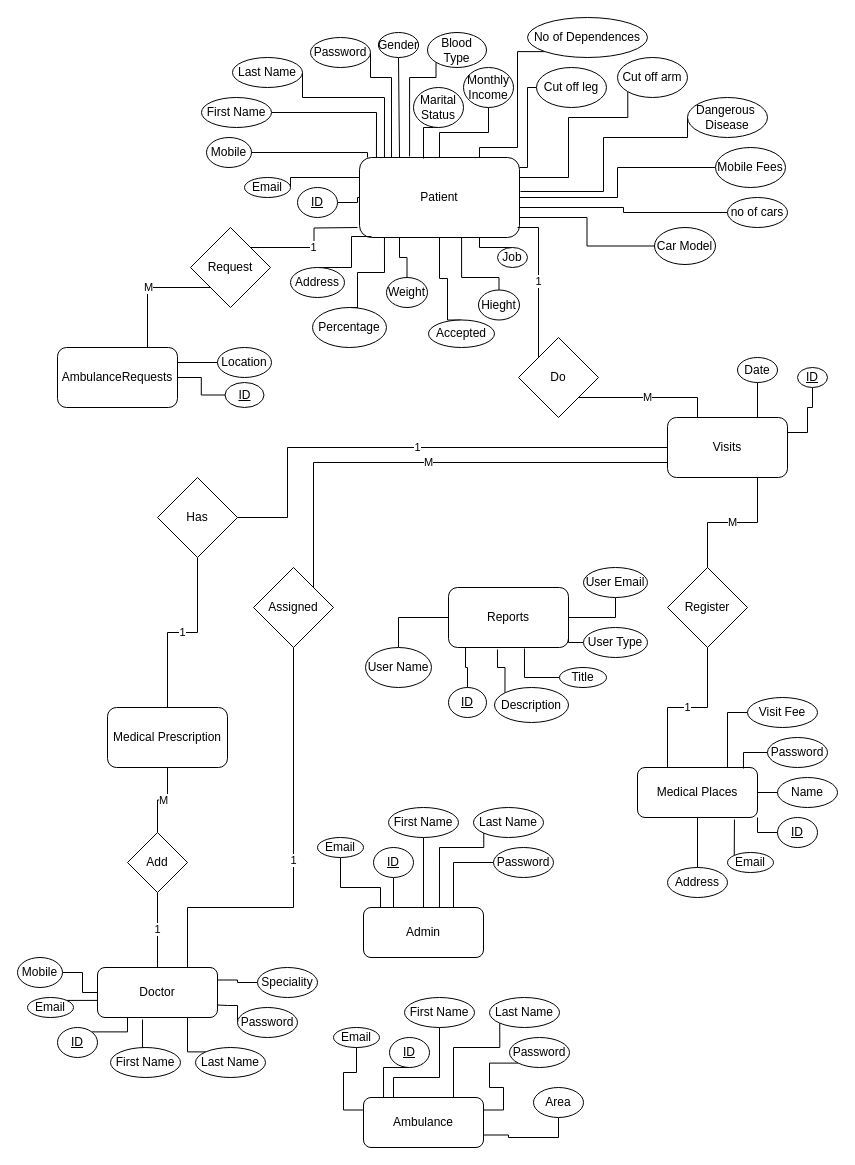
abdelrahmanbonna/Healthy_Shield_Analysis keeps this draw.io diagram as ERD.drawio. Above is the earlier version. Source tidied: cells renumbered, new cells numbered last; positions are measured from the earlier drawing's top-left corner, leaving out a move shared by most shapes. Both pictures are drawn from the tidied source at 100%, with x=0, y=0 at pixel (17, 17).
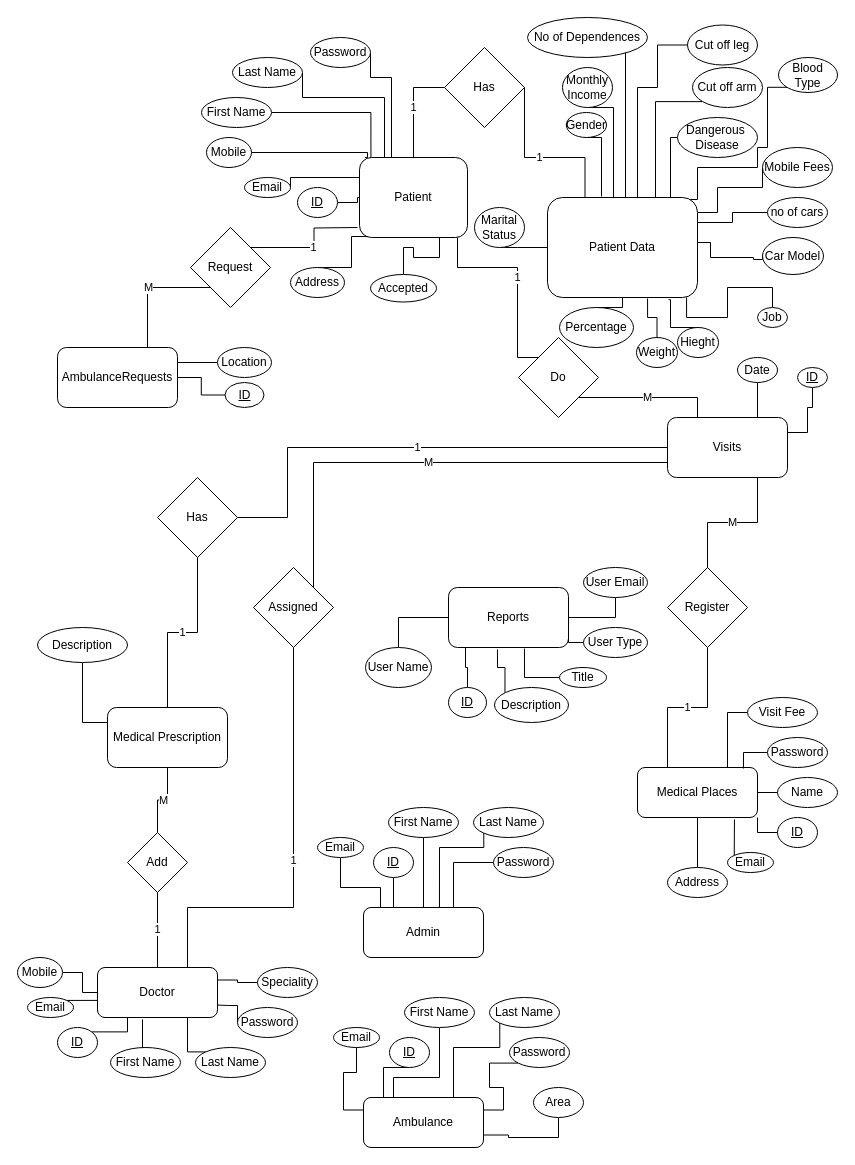
The same diagram, later.

Unchanged cells that the change refers to:
```xml
<mxCell id="12" value="Medical Prescription" style="rounded=1;whiteSpace=wrap;html=1;" parent="1" vertex="1">
  <mxGeometry x="90" y="690" width="120" height="60" as="geometry" />
</mxCell>
<mxCell id="85" value="Do" style="rhombus;whiteSpace=wrap;html=1;" parent="1" vertex="1">
  <mxGeometry x="501" y="320" width="80" height="80" as="geometry" />
</mxCell>
<mxCell id="126" value="No of Dependences" style="ellipse;whiteSpace=wrap;html=1;" parent="1" vertex="1">
  <mxGeometry x="510" width="120" height="40" as="geometry" />
</mxCell>
```

The edit, as a diff of the source:
```diff
@@
-    <mxCell id="2" style="edgeStyle=orthogonalEdgeStyle;rounded=0;jettySize=auto;html=1;exitX=0.25;exitY=0;exitDx=0;exitDy=0;entryX=0.5;entryY=1;entryDx=0;entryDy=0;endArrow=none;endFill=0;" parent="1" edge="1" source="3" target="110">
+    <mxCell id="2" style="edgeStyle=orthogonalEdgeStyle;rounded=0;jettySize=auto;html=1;exitX=0.36;exitY=-0.01;exitDx=0;exitDy=0;entryX=0.5;entryY=1;entryDx=0;entryDy=0;endArrow=none;endFill=0;exitPerimeter=0;" parent="1" edge="1" source="143" target="110">
       <mxGeometry relative="1" as="geometry">
         <Array as="points">
-          <mxPoint x="382" y="40" />
+          <mxPoint x="584" y="120" />
         </Array>
       </mxGeometry>
     </mxCell>
     <mxCell id="3" value="Patient" style="rounded=1;whiteSpace=wrap;html=1;" parent="1" vertex="1">
-      <mxGeometry x="342" y="140" width="160" height="80" as="geometry" />
+      <mxGeometry x="342" y="140" width="108" height="80" as="geometry" />
     </mxCell>
@@
-    <mxCell id="84" value="1" style="edgeStyle=orthogonalEdgeStyle;rounded=0;jettySize=auto;html=1;exitX=0;exitY=0;exitDx=0;exitDy=0;endArrow=none;endFill=0;" parent="1" edge="1" source="85">
+    <mxCell id="84" value="1" style="edgeStyle=orthogonalEdgeStyle;rounded=0;jettySize=auto;html=1;exitX=0;exitY=0;exitDx=0;exitDy=0;endArrow=none;endFill=0;" parent="1" edge="1" source="85" target="3">
       <mxGeometry relative="1" as="geometry">
-        <mxPoint x="500" y="210" as="targetPoint" />
         <Array as="points">
-          <mxPoint x="521" y="210" />
+          <mxPoint x="500" y="340" />
+          <mxPoint x="500" y="250" />
+          <mxPoint x="440" y="250" />
         </Array>
       </mxGeometry>
     </mxCell>
@@
     <mxCell id="110" value="Gender" style="ellipse;whiteSpace=wrap;html=1;" parent="1" vertex="1">
-      <mxGeometry x="360.9" y="15" width="40.2" height="25" as="geometry" />
+      <mxGeometry x="548.8" y="95" width="40.2" height="25" as="geometry" />
     </mxCell>
@@
-    <mxCell id="113" style="edgeStyle=orthogonalEdgeStyle;rounded=0;jettySize=auto;html=1;exitX=0.5;exitY=0;exitDx=0;exitDy=0;entryX=0.638;entryY=1;entryDx=0;entryDy=0;entryPerimeter=0;endArrow=none;endFill=0;" parent="1" edge="1" source="114" target="3">
+    <mxCell id="113" style="edgeStyle=orthogonalEdgeStyle;rounded=0;jettySize=auto;html=1;exitX=0.5;exitY=0;exitDx=0;exitDy=0;entryX=0.807;entryY=1.022;entryDx=0;entryDy=0;entryPerimeter=0;endArrow=none;endFill=0;" parent="1" edge="1" source="114" target="143">
       <mxGeometry relative="1" as="geometry">
         <Array as="points">
-          <mxPoint x="482" y="260" />
-          <mxPoint x="444" y="260" />
+          <mxPoint x="653" y="310" />
         </Array>
       </mxGeometry>
     </mxCell>
     <mxCell id="114" value="Hieght" style="ellipse;whiteSpace=wrap;html=1;" parent="1" vertex="1">
-      <mxGeometry x="461" y="272.5" width="41" height="30" as="geometry" />
+      <mxGeometry x="660" y="310" width="41" height="30" as="geometry" />
     </mxCell>
-    <mxCell id="115" style="edgeStyle=orthogonalEdgeStyle;rounded=0;jettySize=auto;html=1;exitX=0.5;exitY=0;exitDx=0;exitDy=0;entryX=0.25;entryY=1;entryDx=0;entryDy=0;endArrow=none;endFill=0;" parent="1" edge="1" source="116" target="3">
+    <mxCell id="115" style="edgeStyle=orthogonalEdgeStyle;rounded=0;jettySize=auto;html=1;exitX=0.5;exitY=0;exitDx=0;exitDy=0;entryX=0.667;entryY=1.01;entryDx=0;entryDy=0;endArrow=none;endFill=0;entryPerimeter=0;" parent="1" edge="1" source="116" target="143">
       <mxGeometry relative="1" as="geometry" />
     </mxCell>
     <mxCell id="116" value="Weight" style="ellipse;whiteSpace=wrap;html=1;" parent="1" vertex="1">
-      <mxGeometry x="369" y="260" width="41" height="30" as="geometry" />
+      <mxGeometry x="619" y="320" width="41" height="30" as="geometry" />
     </mxCell>
-    <mxCell id="117" style="edgeStyle=orthogonalEdgeStyle;rounded=0;jettySize=auto;html=1;exitX=0;exitY=1;exitDx=0;exitDy=0;entryX=0.313;entryY=-0.012;entryDx=0;entryDy=0;entryPerimeter=0;endArrow=none;endFill=0;" parent="1" edge="1" source="118" target="3">
+    <mxCell id="117" style="edgeStyle=orthogonalEdgeStyle;rounded=0;jettySize=auto;html=1;exitX=0;exitY=1;exitDx=0;exitDy=0;entryX=0.913;entryY=0.02;entryDx=0;entryDy=0;endArrow=none;endFill=0;entryPerimeter=0;" parent="1" edge="1" source="118" target="143">
       <mxGeometry relative="1" as="geometry">
         <Array as="points">
-          <mxPoint x="419" y="60" />
-          <mxPoint x="392" y="60" />
+          <mxPoint x="750" y="70" />
+          <mxPoint x="750" y="130" />
+          <mxPoint x="740" y="130" />
+          <mxPoint x="740" y="150" />
+          <mxPoint x="680" y="150" />
+          <mxPoint x="680" y="182" />
         </Array>
       </mxGeometry>
     </mxCell>
     <mxCell id="118" value="Blood Type" style="ellipse;whiteSpace=wrap;html=1;" parent="1" vertex="1">
-      <mxGeometry x="410" y="15" width="59" height="35" as="geometry" />
+      <mxGeometry x="761" y="40" width="59" height="35" as="geometry" />
     </mxCell>
-    <mxCell id="119" style="edgeStyle=orthogonalEdgeStyle;rounded=0;jettySize=auto;html=1;exitX=0.5;exitY=1;exitDx=0;exitDy=0;entryX=0.4;entryY=0.013;entryDx=0;entryDy=0;entryPerimeter=0;endArrow=none;endFill=0;" parent="1" edge="1" source="120" target="3">
-      <mxGeometry relative="1" as="geometry" />
+    <mxCell id="119" style="edgeStyle=orthogonalEdgeStyle;rounded=0;jettySize=auto;html=1;exitX=0.5;exitY=1;exitDx=0;exitDy=0;entryX=0;entryY=0.5;entryDx=0;entryDy=0;endArrow=none;endFill=0;" parent="1" edge="1" source="120" target="143">
+      <mxGeometry relative="1" as="geometry">
+        <Array as="points">
+          <mxPoint x="500" y="230" />
+          <mxPoint x="500" y="230" />
+        </Array>
+      </mxGeometry>
     </mxCell>
     <mxCell id="120" value="Marital Status" style="ellipse;whiteSpace=wrap;html=1;" parent="1" vertex="1">
-      <mxGeometry x="396" y="70" width="50" height="40" as="geometry" />
+      <mxGeometry x="457" y="190" width="50" height="40" as="geometry" />
     </mxCell>
-    <mxCell id="121" style="edgeStyle=orthogonalEdgeStyle;rounded=0;jettySize=auto;html=1;exitX=0.5;exitY=0;exitDx=0;exitDy=0;entryX=0.75;entryY=1;entryDx=0;entryDy=0;endArrow=none;endFill=0;" parent="1" edge="1" source="122" target="3">
+    <mxCell id="121" style="edgeStyle=orthogonalEdgeStyle;rounded=0;jettySize=auto;html=1;exitX=0.5;exitY=0;exitDx=0;exitDy=0;entryX=0.927;entryY=1;entryDx=0;entryDy=0;endArrow=none;endFill=0;entryPerimeter=0;" parent="1" edge="1" source="122" target="143">
       <mxGeometry relative="1" as="geometry" />
     </mxCell>
     <mxCell id="122" value="Job" style="ellipse;whiteSpace=wrap;html=1;" parent="1" vertex="1">
-      <mxGeometry x="480" y="230" width="30" height="20" as="geometry" />
+      <mxGeometry x="740" y="290" width="30" height="20" as="geometry" />
     </mxCell>
-    <mxCell id="123" style="edgeStyle=orthogonalEdgeStyle;rounded=0;jettySize=auto;html=1;exitX=0.5;exitY=1;exitDx=0;exitDy=0;entryX=0.5;entryY=0;entryDx=0;entryDy=0;endArrow=none;endFill=0;" parent="1" edge="1" source="124" target="3">
-      <mxGeometry relative="1" as="geometry" />
+    <mxCell id="123" style="edgeStyle=orthogonalEdgeStyle;rounded=0;jettySize=auto;html=1;exitX=0.5;exitY=1;exitDx=0;exitDy=0;entryX=0.44;entryY=0.01;entryDx=0;entryDy=0;endArrow=none;endFill=0;entryPerimeter=0;" parent="1" edge="1" source="124" target="143">
+      <mxGeometry relative="1" as="geometry">
+        <Array as="points">
+          <mxPoint x="596" y="90" />
+        </Array>
+      </mxGeometry>
     </mxCell>
     <mxCell id="124" value="Monthly Income" style="ellipse;whiteSpace=wrap;html=1;" parent="1" vertex="1">
-      <mxGeometry x="446" y="50" width="50" height="40" as="geometry" />
+      <mxGeometry x="545" y="50" width="50" height="40" as="geometry" />
     </mxCell>
-    <mxCell id="125" style="edgeStyle=orthogonalEdgeStyle;rounded=0;jettySize=auto;html=1;exitX=0;exitY=1;exitDx=0;exitDy=0;entryX=0.75;entryY=0;entryDx=0;entryDy=0;endArrow=none;endFill=0;" parent="1" edge="1" source="126" target="3">
+    <mxCell id="125" style="edgeStyle=orthogonalEdgeStyle;rounded=0;jettySize=auto;html=1;exitX=0;exitY=1;exitDx=0;exitDy=0;entryX=0.345;entryY=0;entryDx=0;entryDy=0;endArrow=none;endFill=0;entryPerimeter=0;" parent="1" edge="1" source="126" target="143">
       <mxGeometry relative="1" as="geometry">
         <Array as="points">
-          <mxPoint x="500" y="34" />
-          <mxPoint x="500" y="130" />
-          <mxPoint x="462" y="130" />
+          <mxPoint x="608" y="34" />
         </Array>
       </mxGeometry>
     </mxCell>
@@
-    <mxCell id="127" style="edgeStyle=orthogonalEdgeStyle;rounded=0;jettySize=auto;html=1;exitX=0.5;exitY=0;exitDx=0;exitDy=0;entryX=0.156;entryY=1;entryDx=0;entryDy=0;entryPerimeter=0;endArrow=none;endFill=0;" parent="1" edge="1" source="128" target="3">
+    <mxCell id="127" style="edgeStyle=orthogonalEdgeStyle;rounded=0;jettySize=auto;html=1;exitX=0.5;exitY=0;exitDx=0;exitDy=0;entryX=0.5;entryY=1;entryDx=0;entryDy=0;endArrow=none;endFill=0;" parent="1" edge="1" source="128" target="143">
       <mxGeometry relative="1" as="geometry">
         <Array as="points">
-          <mxPoint x="340" y="290" />
-          <mxPoint x="340" y="255" />
-          <mxPoint x="367" y="255" />
+          <mxPoint x="605" y="290" />
         </Array>
       </mxGeometry>
     </mxCell>
     <mxCell id="128" value="Percentage" style="ellipse;whiteSpace=wrap;html=1;" parent="1" vertex="1">
-      <mxGeometry x="295" y="290" width="74" height="40" as="geometry" />
+      <mxGeometry x="542" y="290" width="74" height="40" as="geometry" />
     </mxCell>
     <mxCell id="129" style="edgeStyle=orthogonalEdgeStyle;rounded=0;jettySize=auto;html=1;exitX=0.5;exitY=0;exitDx=0;exitDy=0;entryX=0.5;entryY=1;entryDx=0;entryDy=0;endArrow=none;endFill=0;" parent="1" edge="1" source="130" target="3">
       <mxGeometry relative="1" as="geometry">
         <Array as="points">
-          <mxPoint x="430" y="303" />
-          <mxPoint x="430" y="261" />
-          <mxPoint x="422" y="261" />
+          <mxPoint x="386" y="230" />
+          <mxPoint x="396" y="230" />
+          <mxPoint x="396" y="240" />
+          <mxPoint x="422" y="240" />
+          <mxPoint x="422" y="220" />
         </Array>
       </mxGeometry>
     </mxCell>
     <mxCell id="130" value="Accepted" style="ellipse;whiteSpace=wrap;html=1;" parent="1" vertex="1">
-      <mxGeometry x="411" y="302.5" width="66" height="27.5" as="geometry" />
+      <mxGeometry x="353" y="257" width="66" height="27.5" as="geometry" />
     </mxCell>
-    <mxCell id="131" style="edgeStyle=orthogonalEdgeStyle;rounded=0;jettySize=auto;html=1;exitX=0;exitY=1;exitDx=0;exitDy=0;entryX=1;entryY=0.25;entryDx=0;entryDy=0;endArrow=none;endFill=0;" parent="1" edge="1" source="132" target="3">
+    <mxCell id="131" style="edgeStyle=orthogonalEdgeStyle;rounded=0;jettySize=auto;html=1;exitX=0;exitY=1;exitDx=0;exitDy=0;entryX=0.25;entryY=0;entryDx=0;entryDy=0;endArrow=none;endFill=0;" parent="1" edge="1" source="132" target="143">
       <mxGeometry relative="1" as="geometry">
         <Array as="points">
-          <mxPoint x="610" y="100" />
-          <mxPoint x="551" y="100" />
-          <mxPoint x="551" y="160" />
+          <mxPoint x="638" y="84" />
         </Array>
       </mxGeometry>
     </mxCell>
     <mxCell id="132" value="Cut off arm" style="ellipse;whiteSpace=wrap;html=1;" parent="1" vertex="1">
-      <mxGeometry x="600" y="40" width="70" height="40" as="geometry" />
+      <mxGeometry x="675" y="50" width="70" height="40" as="geometry" />
     </mxCell>
-    <mxCell id="133" style="edgeStyle=orthogonalEdgeStyle;rounded=0;jettySize=auto;html=1;exitX=0;exitY=0.5;exitDx=0;exitDy=0;endArrow=none;endFill=0;" parent="1" edge="1" source="134">
+    <mxCell id="133" style="edgeStyle=orthogonalEdgeStyle;rounded=0;jettySize=auto;html=1;exitX=0;exitY=0.5;exitDx=0;exitDy=0;endArrow=none;endFill=0;entryX=0.091;entryY=0.083;entryDx=0;entryDy=0;entryPerimeter=0;" parent="1" edge="1" source="134" target="143">
       <mxGeometry relative="1" as="geometry">
-        <mxPoint x="502" y="150" as="targetPoint" />
         <Array as="points">
-          <mxPoint x="510" y="70" />
-          <mxPoint x="510" y="150" />
+          <mxPoint x="640" y="28" />
+          <mxPoint x="640" y="70" />
+          <mxPoint x="620" y="70" />
         </Array>
       </mxGeometry>
     </mxCell>
     <mxCell id="134" value="Cut off leg" style="ellipse;whiteSpace=wrap;html=1;" parent="1" vertex="1">
-      <mxGeometry x="519" y="50" width="70" height="40" as="geometry" />
+      <mxGeometry x="670" y="7.5" width="70" height="40" as="geometry" />
     </mxCell>
-    <mxCell id="135" style="edgeStyle=orthogonalEdgeStyle;rounded=0;jettySize=auto;html=1;exitX=0;exitY=0.5;exitDx=0;exitDy=0;entryX=1.006;entryY=0.425;entryDx=0;entryDy=0;entryPerimeter=0;endArrow=none;endFill=0;" parent="1" edge="1" source="136" target="3">
+    <mxCell id="135" style="edgeStyle=orthogonalEdgeStyle;rounded=0;jettySize=auto;html=1;exitX=0;exitY=0.5;exitDx=0;exitDy=0;entryX=0.75;entryY=0;entryDx=0;entryDy=0;endArrow=none;endFill=0;" parent="1" edge="1" source="136" target="143">
       <mxGeometry relative="1" as="geometry">
         <Array as="points">
-          <mxPoint x="670" y="120" />
-          <mxPoint x="586" y="120" />
-          <mxPoint x="586" y="174" />
+          <mxPoint x="653" y="120" />
         </Array>
       </mxGeometry>
     </mxCell>
     <mxCell id="136" value="Dangerous&amp;nbsp; Disease" style="ellipse;whiteSpace=wrap;html=1;" parent="1" vertex="1">
-      <mxGeometry x="670" y="80" width="80" height="40" as="geometry" />
+      <mxGeometry x="660" y="100" width="80" height="40" as="geometry" />
     </mxCell>
-    <mxCell id="137" style="edgeStyle=orthogonalEdgeStyle;rounded=0;jettySize=auto;html=1;exitX=0;exitY=0.5;exitDx=0;exitDy=0;endArrow=none;endFill=0;" parent="1" edge="1" source="138" target="3">
-      <mxGeometry relative="1" as="geometry" />
+    <mxCell id="137" style="edgeStyle=orthogonalEdgeStyle;rounded=0;jettySize=auto;html=1;exitX=0;exitY=0.5;exitDx=0;exitDy=0;endArrow=none;endFill=0;entryX=1;entryY=0.25;entryDx=0;entryDy=0;" parent="1" edge="1" source="138" target="143">
+      <mxGeometry relative="1" as="geometry">
+        <Array as="points">
+          <mxPoint x="745" y="170" />
+          <mxPoint x="700" y="170" />
+          <mxPoint x="700" y="195" />
+        </Array>
+      </mxGeometry>
     </mxCell>
     <mxCell id="138" value="Mobile Fees" style="ellipse;whiteSpace=wrap;html=1;" parent="1" vertex="1">
-      <mxGeometry x="698" y="130" width="70" height="40" as="geometry" />
+      <mxGeometry x="745" y="130" width="70" height="40" as="geometry" />
     </mxCell>
-    <mxCell id="139" style="edgeStyle=orthogonalEdgeStyle;rounded=0;jettySize=auto;html=1;exitX=0;exitY=0.5;exitDx=0;exitDy=0;entryX=1;entryY=0.625;entryDx=0;entryDy=0;entryPerimeter=0;endArrow=none;endFill=0;" parent="1" edge="1" source="140" target="3">
+    <mxCell id="139" style="edgeStyle=orthogonalEdgeStyle;rounded=0;jettySize=auto;html=1;exitX=0;exitY=0.5;exitDx=0;exitDy=0;entryX=1;entryY=0.25;entryDx=0;entryDy=0;endArrow=none;endFill=0;" parent="1" edge="1" source="140" target="143">
       <mxGeometry relative="1" as="geometry" />
     </mxCell>
     <mxCell id="140" value="no of cars" style="ellipse;whiteSpace=wrap;html=1;" parent="1" vertex="1">
-      <mxGeometry x="710" y="180" width="60" height="30" as="geometry" />
+      <mxGeometry x="750" y="180" width="60" height="30" as="geometry" />
     </mxCell>
-    <mxCell id="141" style="edgeStyle=orthogonalEdgeStyle;rounded=0;jettySize=auto;html=1;exitX=0;exitY=0.5;exitDx=0;exitDy=0;entryX=1;entryY=0.75;entryDx=0;entryDy=0;endArrow=none;endFill=0;" parent="1" edge="1" source="142" target="3">
-      <mxGeometry relative="1" as="geometry" />
+    <mxCell id="141" style="edgeStyle=orthogonalEdgeStyle;rounded=0;jettySize=auto;html=1;exitX=0;exitY=0.5;exitDx=0;exitDy=0;entryX=1;entryY=0.75;entryDx=0;entryDy=0;endArrow=none;endFill=0;" parent="1" edge="1" source="142" target="143">
+      <mxGeometry relative="1" as="geometry">
+        <Array as="points">
+          <mxPoint x="745" y="242" />
+          <mxPoint x="736" y="242" />
+          <mxPoint x="736" y="240" />
+          <mxPoint x="693" y="240" />
+          <mxPoint x="693" y="225" />
+        </Array>
+      </mxGeometry>
     </mxCell>
     <mxCell id="142" value="Car Model" style="ellipse;whiteSpace=wrap;html=1;" parent="1" vertex="1">
-      <mxGeometry x="637" y="210" width="61" height="37" as="geometry" />
+      <mxGeometry x="745" y="220" width="61" height="37" as="geometry" />
     </mxCell>
+    <mxCell id="143" value="Patient Data" style="rounded=1;whiteSpace=wrap;html=1;" parent="1" vertex="1">
+      <mxGeometry x="530" y="180" width="150" height="100" as="geometry" />
+    </mxCell>
+    <mxCell id="144" value="1" style="edgeStyle=orthogonalEdgeStyle;rounded=0;jettySize=auto;html=1;exitX=0;exitY=0.5;exitDx=0;exitDy=0;entryX=0.5;entryY=0;entryDx=0;entryDy=0;endArrow=none;endFill=0;" parent="1" edge="1" source="146" target="3">
+      <mxGeometry relative="1" as="geometry" />
+    </mxCell>
+    <mxCell id="145" value="1" style="edgeStyle=orthogonalEdgeStyle;rounded=0;jettySize=auto;html=1;exitX=1;exitY=0.5;exitDx=0;exitDy=0;entryX=0.25;entryY=0;entryDx=0;entryDy=0;endArrow=none;endFill=0;" parent="1" edge="1" source="146" target="143">
+      <mxGeometry relative="1" as="geometry">
+        <Array as="points">
+          <mxPoint x="507" y="140" />
+          <mxPoint x="568" y="140" />
+        </Array>
+      </mxGeometry>
+    </mxCell>
+    <mxCell id="146" value="Has" style="rhombus;whiteSpace=wrap;html=1;" parent="1" vertex="1">
+      <mxGeometry x="427" y="30" width="80" height="80" as="geometry" />
+    </mxCell>
+    <mxCell id="147" style="edgeStyle=orthogonalEdgeStyle;rounded=0;jettySize=auto;html=1;endArrow=none;endFill=0;entryX=0;entryY=0.25;entryDx=0;entryDy=0;" parent="1" edge="1" source="148" target="12">
+      <mxGeometry relative="1" as="geometry" />
+    </mxCell>
+    <mxCell id="148" value="Description" style="ellipse;whiteSpace=wrap;html=1;" parent="1" vertex="1">
+      <mxGeometry x="20" y="610" width="90" height="35" as="geometry" />
+    </mxCell>
```
